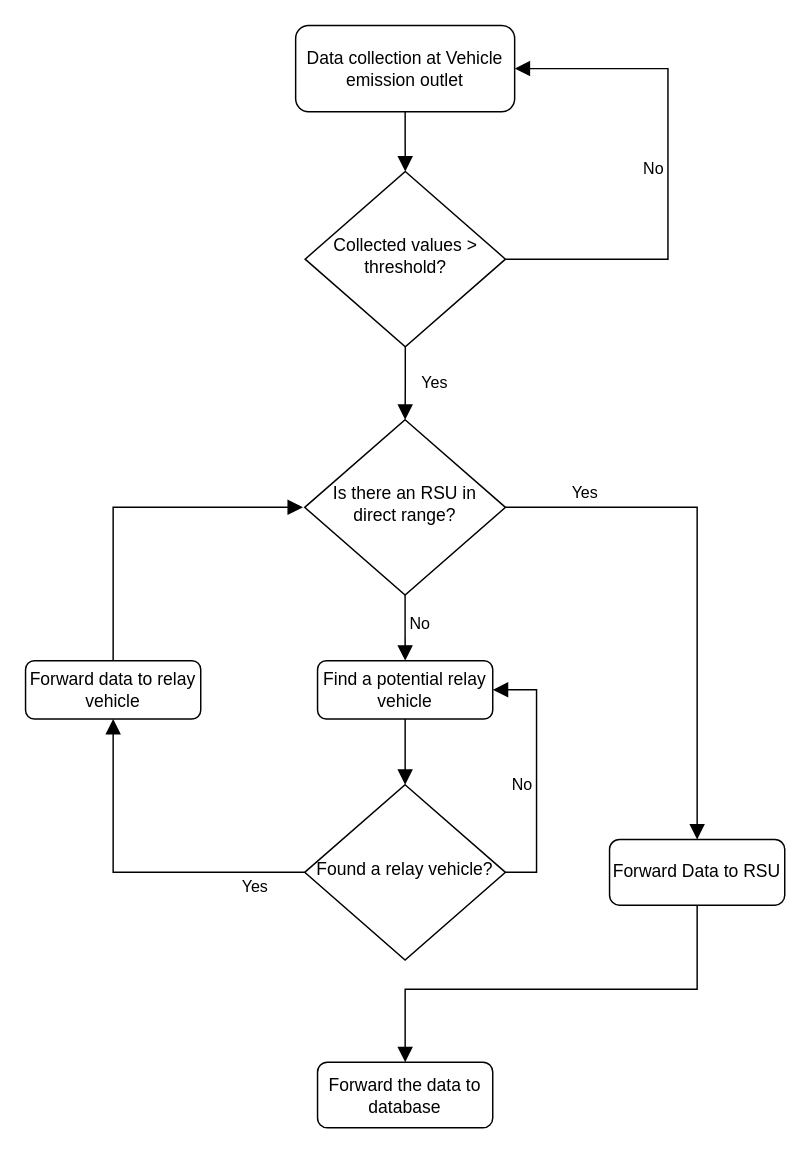
Earlier version of the draw.io diagram proposed_system_flow.drawio (prashant2063/diagrams). Source tidied: cells renumbered, new cells numbered last; positions are measured from the earlier drawing's top-left corner, leaving out a move shared by most shapes. Both pictures are drawn from the tidied source at 146%, with x=0, y=0 at pixel (25, 25).
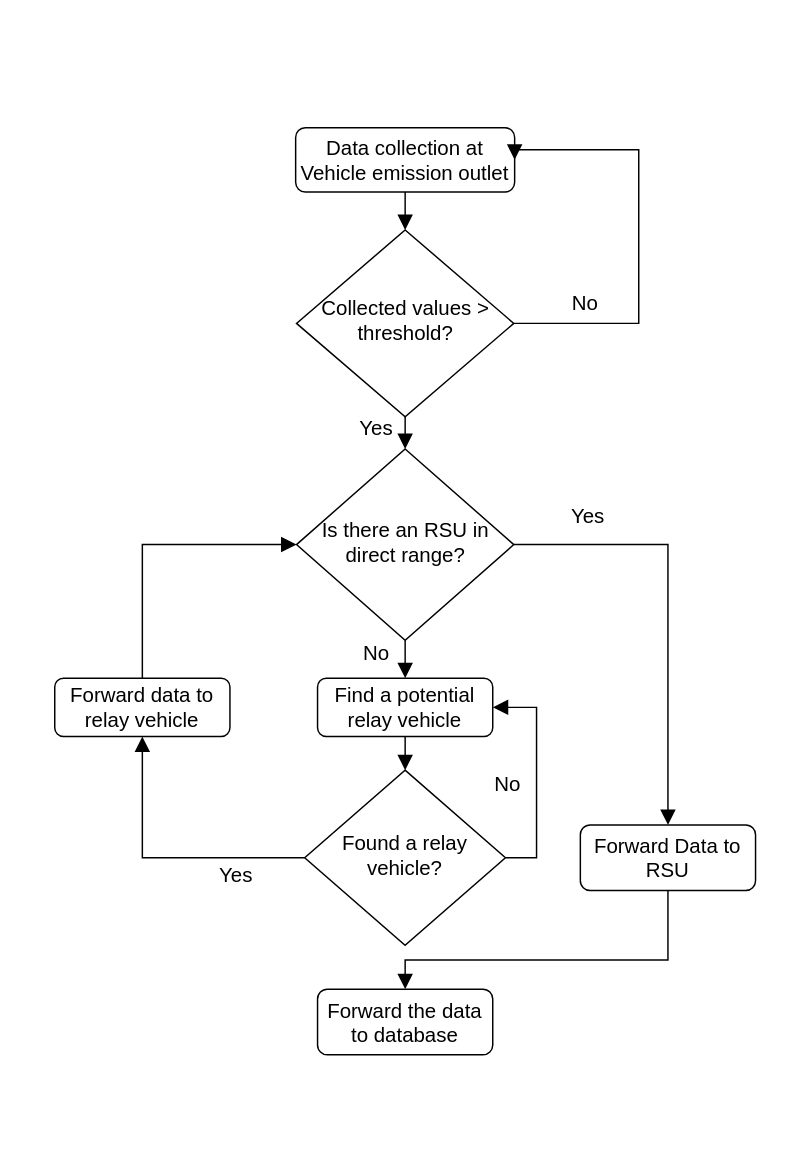
The same diagram, later.

Diff of the diagram source:
```diff
@@
-    <mxCell id="2" style="rounded=0;html=1;jettySize=auto;fontSize=11;endArrow=block;endFill=1;endSize=8;strokeWidth=1;shadow=0;labelBackgroundColor=none;edgeStyle=orthogonalEdgeStyle;" parent="1" edge="1" source="3" target="6">
+    <mxCell id="2" style="rounded=0;html=1;jettySize=auto;fontSize=11;endArrow=block;endFill=1;endSize=8;strokeWidth=1;shadow=0;labelBackgroundColor=none;edgeStyle=orthogonalEdgeStyle;entryX=0.5;entryY=0;entryDx=0;entryDy=0;exitX=0.5;exitY=1;exitDx=0;exitDy=0;" parent="1" edge="1" source="3" target="6">
       <mxGeometry relative="1" as="geometry" />
     </mxCell>
-    <mxCell id="3" value="Data collection at Vehicle emission outlet" style="rounded=1;whiteSpace=wrap;html=1;fontSize=12;glass=0;strokeWidth=1;shadow=0;" parent="1" vertex="1">
-      <mxGeometry x="185" width="150" height="59" as="geometry" />
+    <mxCell id="3" value="&lt;font style=&quot;font-size: 14px&quot;&gt;Data collection at Vehicle emission outlet&lt;/font&gt;" style="rounded=1;whiteSpace=wrap;html=1;fontSize=12;glass=0;strokeWidth=1;shadow=0;" parent="1" vertex="1">
+      <mxGeometry x="185" y="70" width="150" height="44" as="geometry" />
     </mxCell>
-    <mxCell id="4" value="Yes" style="rounded=0;html=1;jettySize=auto;fontSize=11;endArrow=block;endFill=1;endSize=8;strokeWidth=1;shadow=0;labelBackgroundColor=none;edgeStyle=orthogonalEdgeStyle;" parent="1" edge="1" source="6" target="9">
-      <mxGeometry y="20" relative="1" as="geometry" />
+    <mxCell id="4" value="Yes" style="rounded=0;html=1;jettySize=auto;fontSize=14;endArrow=block;endFill=1;endSize=8;strokeWidth=1;shadow=0;labelBackgroundColor=none;edgeStyle=orthogonalEdgeStyle;" parent="1" edge="1" source="6" target="9">
+      <mxGeometry x="0.12" y="20" relative="1" as="geometry" />
     </mxCell>
-    <mxCell id="5" value="No" style="edgeStyle=orthogonalEdgeStyle;rounded=0;html=1;jettySize=auto;fontSize=11;endArrow=block;endFill=1;endSize=8;strokeWidth=1;shadow=0;labelBackgroundColor=none;entryX=1;entryY=0.5;entryDx=0;entryDy=0;exitX=1;exitY=0.5;exitDx=0;exitDy=0;" parent="1" edge="1" source="6" target="3">
-      <mxGeometry y="10" relative="1" as="geometry">
+    <mxCell id="5" value="No" style="edgeStyle=orthogonalEdgeStyle;rounded=0;html=1;jettySize=auto;fontSize=14;endArrow=block;endFill=1;endSize=8;strokeWidth=1;shadow=0;labelBackgroundColor=none;entryX=1;entryY=0.5;entryDx=0;entryDy=0;exitX=1;exitY=0.5;exitDx=0;exitDy=0;" parent="1" edge="1" source="6" target="3">
+      <mxGeometry x="-0.67" y="14" relative="1" as="geometry">
         <Array as="points">
-          <mxPoint x="440" y="160" />
-          <mxPoint x="440" y="30" />
+          <mxPoint x="420" y="204" />
+          <mxPoint x="420" y="85" />
         </Array>
       </mxGeometry>
     </mxCell>
-    <mxCell id="6" value="Collected values &amp;gt; threshold?" style="rhombus;whiteSpace=wrap;html=1;shadow=0;fontFamily=Helvetica;fontSize=12;align=center;strokeWidth=1;spacing=6;spacingTop=-4;" parent="1" vertex="1">
-      <mxGeometry x="191.5" y="100" width="137.2" height="120" as="geometry" />
+    <mxCell id="6" value="&lt;font style=&quot;font-size: 14px&quot;&gt;Collected values &amp;gt; threshold?&lt;/font&gt;" style="rhombus;whiteSpace=wrap;html=1;shadow=0;fontFamily=Helvetica;fontSize=12;align=center;strokeWidth=1;spacing=6;spacingTop=-4;" parent="1" vertex="1">
+      <mxGeometry x="185.6" y="140" width="148.8" height="128" as="geometry" />
     </mxCell>
-    <mxCell id="7" value="No" style="rounded=0;html=1;jettySize=auto;fontSize=11;endArrow=block;endFill=1;endSize=8;strokeWidth=1;shadow=0;labelBackgroundColor=none;edgeStyle=orthogonalEdgeStyle;exitX=0.5;exitY=1;exitDx=0;exitDy=0;entryX=0.5;entryY=0;entryDx=0;entryDy=0;" parent="1" edge="1" source="9" target="11">
-      <mxGeometry x="-0.11" y="10" relative="1" as="geometry" />
+    <mxCell id="7" value="No" style="rounded=0;html=1;jettySize=auto;fontSize=14;endArrow=block;endFill=1;endSize=8;strokeWidth=1;shadow=0;labelBackgroundColor=none;edgeStyle=orthogonalEdgeStyle;entryX=0.5;entryY=0;entryDx=0;entryDy=0;exitX=0.5;exitY=1;exitDx=0;exitDy=0;" parent="1" edge="1" source="9" target="11">
+      <mxGeometry x="-0.31" y="-20" relative="1" as="geometry" />
     </mxCell>
-    <mxCell id="8" value="Yes" style="edgeStyle=orthogonalEdgeStyle;rounded=0;html=1;jettySize=auto;fontSize=11;endArrow=block;endFill=1;endSize=8;strokeWidth=1;shadow=0;labelBackgroundColor=none;exitX=1;exitY=0.5;exitDx=0;exitDy=0;entryX=0.5;entryY=0;entryDx=0;entryDy=0;" parent="1" edge="1" source="9" target="13">
-      <mxGeometry x="-0.7" y="10" relative="1" as="geometry">
+    <mxCell id="8" value="Yes" style="edgeStyle=orthogonalEdgeStyle;rounded=0;html=1;jettySize=auto;fontSize=14;endArrow=block;endFill=1;endSize=8;strokeWidth=1;shadow=0;labelBackgroundColor=none;entryX=0.5;entryY=0;entryDx=0;entryDy=0;exitX=1;exitY=0.5;exitDx=0;exitDy=0;" parent="1" edge="1" source="9" target="13">
+      <mxGeometry x="-0.66" y="20" relative="1" as="geometry">
         <Array as="points">
-          <mxPoint x="460" y="330" />
+          <mxPoint x="440" y="356" />
         </Array>
       </mxGeometry>
     </mxCell>
-    <mxCell id="9" value="Is there an RSU in direct range?" style="rhombus;whiteSpace=wrap;html=1;shadow=0;fontFamily=Helvetica;fontSize=12;align=center;strokeWidth=1;spacing=6;spacingTop=-4;" parent="1" vertex="1">
-      <mxGeometry x="191.2" y="270" width="137.5" height="120" as="geometry" />
+    <mxCell id="9" value="&lt;font style=&quot;font-size: 14px&quot;&gt;Is there an RSU in direct range?&lt;/font&gt;" style="rhombus;whiteSpace=wrap;html=1;shadow=0;fontFamily=Helvetica;fontSize=12;align=center;strokeWidth=1;spacing=6;spacingTop=-4;" parent="1" vertex="1">
+      <mxGeometry x="185.6" y="290" width="148.8" height="131" as="geometry" />
     </mxCell>
@@
-    <mxCell id="11" value="Find a potential relay vehicle" style="rounded=1;whiteSpace=wrap;html=1;fontSize=12;glass=0;strokeWidth=1;shadow=0;" parent="1" vertex="1">
-      <mxGeometry x="200" y="435" width="120" height="40" as="geometry" />
+    <mxCell id="11" value="&lt;font style=&quot;font-size: 14px&quot;&gt;Find a potential relay vehicle&lt;/font&gt;" style="rounded=1;whiteSpace=wrap;html=1;fontSize=12;glass=0;strokeWidth=1;shadow=0;" parent="1" vertex="1">
+      <mxGeometry x="200" y="447" width="120" height="40" as="geometry" />
     </mxCell>
-    <mxCell id="12" style="edgeStyle=orthogonalEdgeStyle;rounded=0;jettySize=auto;endArrow=block;endFill=1;endSize=8;strokeWidth=1;entryX=0.5;entryY=0;entryDx=0;entryDy=0;" parent="1" edge="1" source="13" target="14">
+    <mxCell id="12" style="edgeStyle=orthogonalEdgeStyle;rounded=0;jettySize=auto;endArrow=block;endFill=1;endSize=8;strokeWidth=1;entryX=0.5;entryY=0;entryDx=0;entryDy=0;exitX=0.5;exitY=1;exitDx=0;exitDy=0;" parent="1" edge="1" source="13" target="14">
       <mxGeometry relative="1" as="geometry">
         <Array as="points">
-          <mxPoint x="460" y="660" />
-          <mxPoint x="260" y="660" />
+          <mxPoint x="440" y="640" />
+          <mxPoint x="260" y="640" />
         </Array>
       </mxGeometry>
     </mxCell>
-    <mxCell id="13" value="Forward Data to RSU" style="rounded=1;whiteSpace=wrap;html=1;fontSize=12;glass=0;strokeWidth=1;shadow=0;" parent="1" vertex="1">
-      <mxGeometry x="400" y="557.5" width="120" height="45" as="geometry" />
+    <mxCell id="13" value="&lt;font style=&quot;font-size: 14px&quot;&gt;Forward Data to RSU&lt;/font&gt;" style="rounded=1;whiteSpace=wrap;html=1;fontSize=12;glass=0;strokeWidth=1;shadow=0;" parent="1" vertex="1">
+      <mxGeometry x="380" y="547.5" width="120" height="45" as="geometry" />
     </mxCell>
-    <mxCell id="14" value="Forward the data to database" style="rounded=1;whiteSpace=wrap;html=1;fontSize=12;glass=0;strokeWidth=1;shadow=0;" parent="1" vertex="1">
-      <mxGeometry x="200" y="710" width="120" height="45" as="geometry" />
+    <mxCell id="14" value="&lt;font style=&quot;font-size: 14px&quot;&gt;Forward the data to database&lt;/font&gt;" style="rounded=1;whiteSpace=wrap;html=1;fontSize=12;glass=0;strokeWidth=1;shadow=0;" parent="1" vertex="1">
+      <mxGeometry x="200" y="660" width="120" height="45" as="geometry" />
     </mxCell>
-    <mxCell id="15" value="Found a relay vehicle?" style="rhombus;whiteSpace=wrap;html=1;shadow=0;fontFamily=Helvetica;fontSize=12;align=center;strokeWidth=1;spacing=6;spacingTop=-4;" parent="1" vertex="1">
-      <mxGeometry x="191.2" y="520" width="137.5" height="120" as="geometry" />
+    <mxCell id="15" value="&lt;font style=&quot;font-size: 14px&quot;&gt;Found a relay vehicle?&lt;/font&gt;" style="rhombus;whiteSpace=wrap;html=1;shadow=0;fontFamily=Helvetica;fontSize=12;align=center;strokeWidth=1;spacing=6;spacingTop=-4;" parent="1" vertex="1">
+      <mxGeometry x="191.2" y="510" width="137.5" height="120" as="geometry" />
     </mxCell>
-    <mxCell id="16" style="edgeStyle=orthogonalEdgeStyle;rounded=0;jettySize=auto;endArrow=block;endFill=1;endSize=8;strokeWidth=1;exitX=0.5;exitY=0;exitDx=0;exitDy=0;" parent="1" edge="1" source="17">
+    <mxCell id="16" style="edgeStyle=orthogonalEdgeStyle;rounded=0;jettySize=auto;endArrow=block;endFill=1;endSize=8;strokeWidth=1;exitX=0.5;exitY=0;exitDx=0;exitDy=0;entryX=0;entryY=0.5;entryDx=0;entryDy=0;" parent="1" edge="1" source="17" target="9">
       <mxGeometry relative="1" as="geometry">
-        <mxPoint x="190" y="330" as="targetPoint" />
         <Array as="points">
-          <mxPoint x="60" y="330" />
+          <mxPoint x="80" y="356" />
         </Array>
       </mxGeometry>
     </mxCell>
-    <mxCell id="17" value="Forward data to relay vehicle" style="rounded=1;whiteSpace=wrap;html=1;fontSize=12;glass=0;strokeWidth=1;shadow=0;" parent="1" vertex="1">
-      <mxGeometry y="435" width="120" height="40" as="geometry" />
+    <mxCell id="17" value="&lt;font style=&quot;font-size: 14px&quot;&gt;Forward data to relay vehicle&lt;/font&gt;" style="rounded=1;whiteSpace=wrap;html=1;fontSize=12;glass=0;strokeWidth=1;shadow=0;" parent="1" vertex="1">
+      <mxGeometry x="20" y="447" width="120" height="40" as="geometry" />
     </mxCell>
-    <mxCell id="18" value="No" style="rounded=0;html=1;jettySize=auto;fontSize=11;endArrow=block;endFill=1;endSize=8;strokeWidth=1;shadow=0;labelBackgroundColor=none;edgeStyle=orthogonalEdgeStyle;entryX=1;entryY=0.5;entryDx=0;entryDy=0;exitX=1;exitY=0.5;exitDx=0;exitDy=0;" parent="1" edge="1" source="15" target="11">
-      <mxGeometry x="-0.08" y="10" relative="1" as="geometry">
+    <mxCell id="18" value="No" style="rounded=0;html=1;jettySize=auto;fontSize=14;endArrow=block;endFill=1;endSize=8;strokeWidth=1;shadow=0;labelBackgroundColor=none;edgeStyle=orthogonalEdgeStyle;entryX=1;entryY=0.5;entryDx=0;entryDy=0;exitX=1;exitY=0.5;exitDx=0;exitDy=0;" parent="1" edge="1" source="15" target="11">
+      <mxGeometry x="-0.08" y="20" relative="1" as="geometry">
         <Array as="points">
-          <mxPoint x="350" y="580" />
-          <mxPoint x="350" y="455" />
+          <mxPoint x="350" y="570" />
+          <mxPoint x="350" y="467" />
         </Array>
       </mxGeometry>
     </mxCell>
-    <mxCell id="19" value="Yes" style="edgeStyle=orthogonalEdgeStyle;rounded=0;html=1;jettySize=auto;fontSize=11;endArrow=block;endFill=1;endSize=8;strokeWidth=1;shadow=0;labelBackgroundColor=none;exitX=0;exitY=0.5;exitDx=0;exitDy=0;entryX=0.5;entryY=1;entryDx=0;entryDy=0;" parent="1" edge="1" source="15" target="17">
-      <mxGeometry x="-0.71" y="10" relative="1" as="geometry" />
+    <mxCell id="19" value="Yes" style="edgeStyle=orthogonalEdgeStyle;rounded=0;html=1;jettySize=auto;fontSize=14;endArrow=block;endFill=1;endSize=8;strokeWidth=1;shadow=0;labelBackgroundColor=none;exitX=0;exitY=0.5;exitDx=0;exitDy=0;entryX=0.5;entryY=1;entryDx=0;entryDy=0;" parent="1" edge="1" source="15" target="17">
+      <mxGeometry x="-0.52" y="12" relative="1" as="geometry" />
     </mxCell>
```
